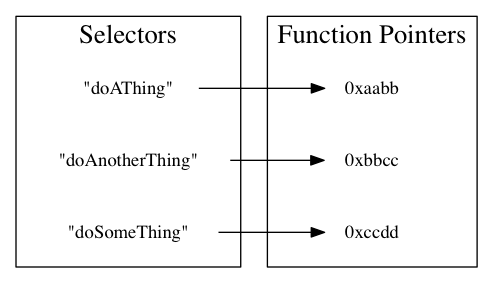
This is selector/selector2.png from KKBOX/kkbox-ios-dev, a Graphviz export, as it was before one commit. Its source is kept beside it as selector/selector2.gv. Source of this version:
```dot
digraph G {
	rankdir=LR;
	node [style=filled,color=white];
	 subgraph cluster0 {
	 	 label="Selectors"
		 fontsize=20
		 "\"doAThing\""
		 "\"doAnotherThing\""
		 "\"doSomeThing\""
	}
	 subgraph cluster1 {
	 	 label="Function Pointers"
		 fontsize=20
		 "0xaabb"
		 "0xbbcc"
		 "0xccdd"
	}

	"\"doAThing\""->"0xaabb"
	"\"doAnotherThing\""->"0xbbcc"
	"\"doSomeThing\""->"0xccdd"
}
```
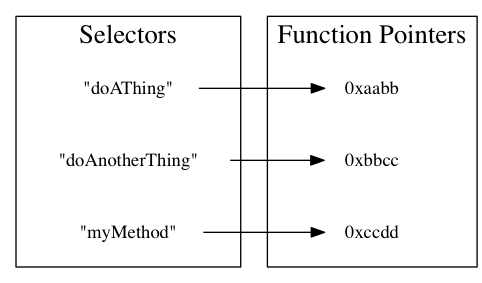
Above is the later version.

What changed in the source:
```diff
@@ -1,22 +1,22 @@
 digraph G {
-	rankdir=LR;
-	node [style=filled,color=white];
-	 subgraph cluster0 {
-	 	 label="Selectors"
-		 fontsize=20
-		 "\"doAThing\""
-		 "\"doAnotherThing\""
-		 "\"doSomeThing\""
-	}
-	 subgraph cluster1 {
-	 	 label="Function Pointers"
-		 fontsize=20
-		 "0xaabb"
-		 "0xbbcc"
-		 "0xccdd"
-	}
+    rankdir=LR;
+    node [style=filled,color=white];
+     subgraph cluster0 {
+         label="Selectors"
+         fontsize=20
+         "\"doAThing\""
+         "\"doAnotherThing\""
+         "\"myMethod\""
+    }
+     subgraph cluster1 {
+         label="Function Pointers"
+         fontsize=20
+         "0xaabb"
+         "0xbbcc"
+         "0xccdd"
+    }
 
-	"\"doAThing\""->"0xaabb"
-	"\"doAnotherThing\""->"0xbbcc"
-	"\"doSomeThing\""->"0xccdd"
+    "\"doAThing\""->"0xaabb"
+    "\"doAnotherThing\""->"0xbbcc"
+    "\"myMethod\""->"0xccdd"
 }
```
